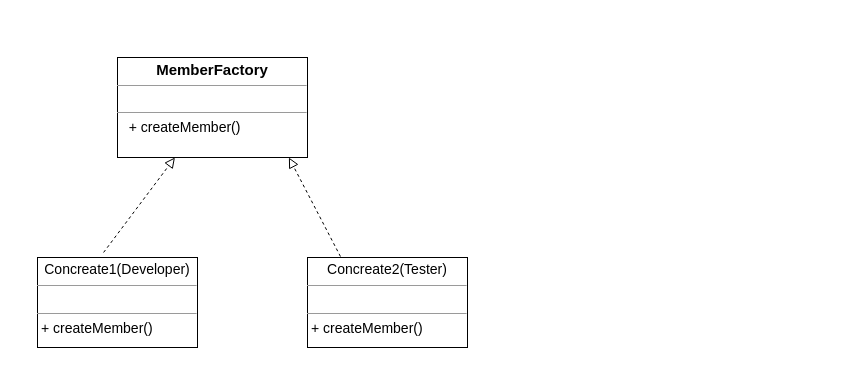
This is creational/factory/factory.drawio from MaksShadows/Patterns, a draw.io file, before an edit. Source tidied: cells renumbered, new cells numbered last; positions are measured from the earlier drawing's top-left corner, leaving out a move shared by most shapes. Both pictures are drawn from the tidied source at 100%, with x=0, y=0 at pixel (37, 57).
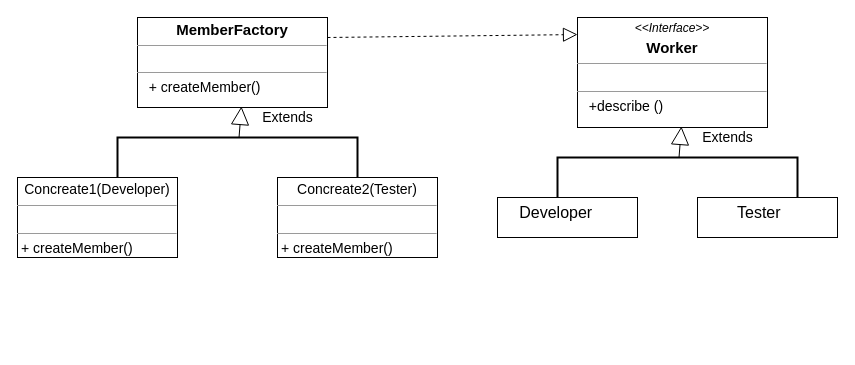
Above is the later version.

What changed in the source:
```diff
@@
 <mxGraphModel>
   <root>
     <mxCell id="0" />
     <mxCell id="1" parent="0" />
-    <mxCell id="2" value="&lt;p style=&quot;margin: 0px ; margin-top: 4px ; text-align: center&quot;&gt;&lt;b&gt;&lt;font style=&quot;font-size: 15px&quot;&gt;MemberFactory&lt;/font&gt;&lt;/b&gt;&lt;/p&gt;&lt;hr size=&quot;1&quot;&gt;&lt;p style=&quot;margin: 0px ; margin-left: 4px&quot;&gt;&lt;br&gt;&lt;/p&gt;&lt;hr size=&quot;1&quot;&gt;&lt;p style=&quot;text-align: justify ; margin: 0px 0px 0px 4px&quot;&gt;&lt;font style=&quot;font-size: 14px&quot;&gt;&amp;nbsp; + createMember()&lt;/font&gt;&lt;/p&gt;" style="verticalAlign=top;align=left;overflow=fill;fontSize=12;fontFamily=Helvetica;html=1;" parent="1" vertex="1">
-      <mxGeometry x="80" width="190" height="100" as="geometry" />
+    <mxCell id="2" value="&lt;p style=&quot;margin: 4px 0px 0px ; text-align: center&quot;&gt;&lt;i&gt;&amp;lt;&amp;lt;Interface&amp;gt;&amp;gt;&lt;/i&gt;&lt;/p&gt;&lt;p style=&quot;margin: 0px ; margin-top: 4px ; text-align: center&quot;&gt;&lt;span style=&quot;font-size: 15px&quot;&gt;&lt;b&gt;Worker&lt;/b&gt;&lt;/span&gt;&lt;/p&gt;&lt;hr size=&quot;1&quot;&gt;&lt;p style=&quot;margin: 0px ; margin-left: 4px&quot;&gt;&lt;br&gt;&lt;/p&gt;&lt;hr size=&quot;1&quot;&gt;&lt;p style=&quot;text-align: justify ; margin: 0px 0px 0px 4px&quot;&gt;&lt;font style=&quot;font-size: 14px&quot;&gt;&amp;nbsp; +describe ()&lt;/font&gt;&lt;/p&gt;" style="verticalAlign=top;align=left;overflow=fill;fontSize=12;fontFamily=Helvetica;html=1;" parent="1" vertex="1">
+      <mxGeometry x="540" y="-40" width="190" height="110" as="geometry" />
     </mxCell>
+    <mxCell id="7" value="&lt;p style=&quot;margin: 0px ; margin-top: 4px ; text-align: center&quot;&gt;&lt;span style=&quot;font-size: 15px&quot;&gt;&lt;b&gt;MemberFactory&lt;/b&gt;&lt;/span&gt;&lt;br&gt;&lt;/p&gt;&lt;hr size=&quot;1&quot;&gt;&lt;p style=&quot;margin: 0px ; margin-left: 4px&quot;&gt;&lt;br&gt;&lt;/p&gt;&lt;hr size=&quot;1&quot;&gt;&lt;p style=&quot;text-align: justify ; margin: 0px 0px 0px 4px&quot;&gt;&lt;font style=&quot;font-size: 14px&quot;&gt;&amp;nbsp; + createMember()&lt;/font&gt;&lt;br&gt;&lt;/p&gt;" style="verticalAlign=top;align=left;overflow=fill;fontSize=12;fontFamily=Helvetica;html=1;" parent="1" vertex="1">
+      <mxGeometry x="100" y="-40" width="190" height="90" as="geometry" />
+    </mxCell>
     <mxCell id="3" value="&lt;p style=&quot;text-align: center ; margin: 4px 0px 0px ; font-size: 14px&quot;&gt;&lt;font style=&quot;font-size: 14px&quot;&gt;Concreate1(Developer)&lt;/font&gt;&lt;/p&gt;&lt;hr size=&quot;1&quot; style=&quot;text-align: justify ; font-size: 14px&quot;&gt;&lt;p style=&quot;text-align: justify ; margin: 0px 0px 0px 4px&quot;&gt;&lt;br&gt;&lt;/p&gt;&lt;hr size=&quot;1&quot; style=&quot;text-align: justify&quot;&gt;&lt;p style=&quot;text-align: justify ; margin: 0px 0px 0px 4px&quot;&gt;&lt;font style=&quot;font-size: 14px&quot;&gt;+ createMember()&lt;/font&gt;&lt;/p&gt;" style="verticalAlign=top;align=left;overflow=fill;fontSize=12;fontFamily=Helvetica;html=1;" parent="1" vertex="1">
-      <mxGeometry y="200" width="160" height="90" as="geometry" />
+      <mxGeometry x="-20" y="120" width="160" height="80" as="geometry" />
     </mxCell>
     <mxCell id="4" value="&lt;p style=&quot;text-align: center ; margin: 4px 0px 0px ; font-size: 14px&quot;&gt;&lt;font style=&quot;font-size: 14px&quot;&gt;Concreate2(Tester)&lt;/font&gt;&lt;/p&gt;&lt;hr size=&quot;1&quot; style=&quot;text-align: justify ; font-size: 14px&quot;&gt;&lt;p style=&quot;text-align: justify ; margin: 0px 0px 0px 4px&quot;&gt;&lt;br&gt;&lt;/p&gt;&lt;hr size=&quot;1&quot; style=&quot;text-align: justify&quot;&gt;&lt;p style=&quot;text-align: justify ; margin: 0px 0px 0px 4px&quot;&gt;&lt;font style=&quot;font-size: 14px&quot;&gt;+ createMember()&lt;/font&gt;&lt;/p&gt;" style="verticalAlign=top;align=left;overflow=fill;fontSize=12;fontFamily=Helvetica;html=1;" parent="1" vertex="1">
-      <mxGeometry x="270" y="200" width="160" height="90" as="geometry" />
+      <mxGeometry x="240" y="120" width="160" height="80" as="geometry" />
     </mxCell>
-    <mxCell id="5" style="endArrow=block;startArrow=none;endFill=0;startFill=0;endSize=8;html=1;verticalAlign=bottom;dashed=1;labelBackgroundColor=none;exitX=0.413;exitY=-0.056;exitDx=0;exitDy=0;exitPerimeter=0;" parent="1" edge="1" source="3" target="2">
-      <mxGeometry relative="1" as="geometry" />
-    </mxCell>
-    <mxCell id="6" style="endArrow=block;startArrow=none;endFill=0;startFill=0;endSize=8;html=1;verticalAlign=bottom;dashed=1;labelBackgroundColor=none;exitX=0.206;exitY=-0.011;exitDx=0;exitDy=0;exitPerimeter=0;" parent="1" edge="1" source="4">
-      <mxGeometry relative="1" as="geometry">
-        <mxPoint x="251.4" y="100" as="targetPoint" />
-      </mxGeometry>
-    </mxCell>
+    <mxCell id="8" style="strokeWidth=2;html=1;shape=mxgraph.flowchart.annotation_1;align=left;rotation=90;" parent="1" vertex="1">
+      <mxGeometry x="180" y="-20" width="40" height="240" as="geometry" />
+    </mxCell>
+    <mxCell id="9" value="&lt;font style=&quot;font-size: 14px&quot;&gt;Extends&lt;/font&gt;" style="endArrow=block;endSize=16;endFill=0;html=1;entryX=0.547;entryY=0.989;entryDx=0;entryDy=0;entryPerimeter=0;" parent="1" edge="1" source="8" target="7">
+      <mxGeometry x="0.52" y="-47" relative="1" as="geometry" />
+    </mxCell>
+    <mxCell id="10" style="endArrow=block;dashed=1;endFill=0;endSize=12;html=1;entryX=0;entryY=0.155;entryDx=0;entryDy=0;entryPerimeter=0;" parent="1" edge="1" target="2">
+      <mxGeometry relative="1" as="geometry">
+        <mxPoint x="290" y="-20" as="sourcePoint" />
+      </mxGeometry>
+    </mxCell>
+    <mxCell id="11" style="strokeWidth=2;html=1;shape=mxgraph.flowchart.annotation_1;align=left;rotation=90;" parent="1" vertex="1">
+      <mxGeometry x="620" width="40" height="240" as="geometry" />
+    </mxCell>
+    <mxCell id="12" value="&lt;font style=&quot;font-size: 14px&quot;&gt;Extends&lt;/font&gt;" style="endArrow=block;endSize=16;endFill=0;html=1;entryX=0.547;entryY=0.989;entryDx=0;entryDy=0;entryPerimeter=0;" parent="1" edge="1" source="11">
+      <mxGeometry x="0.52" y="-47" relative="1" as="geometry">
+        <mxPoint x="643.9" y="69" as="targetPoint" />
+      </mxGeometry>
+    </mxCell>
+    <mxCell id="13" value="&lt;p style=&quot;margin: 0px ; margin-top: 4px ; text-align: center&quot;&gt;&lt;/p&gt;&lt;div style=&quot;height: 2px&quot;&gt;&lt;font style=&quot;font-size: 16px&quot;&gt;&lt;br&gt;&lt;/font&gt;&lt;/div&gt;&lt;div style=&quot;height: 2px&quot;&gt;&lt;font style=&quot;font-size: 16px&quot;&gt;&amp;nbsp; &amp;nbsp; &amp;nbsp;Developer&lt;/font&gt;&lt;/div&gt;" style="verticalAlign=top;align=left;overflow=fill;fontSize=12;fontFamily=Helvetica;html=1;" parent="1" vertex="1">
+      <mxGeometry x="460" y="140" width="140" height="40" as="geometry" />
+    </mxCell>
+    <mxCell id="14" value="&lt;p style=&quot;margin: 0px ; margin-top: 4px ; text-align: center&quot;&gt;&lt;/p&gt;&lt;div style=&quot;height: 2px&quot;&gt;&lt;font style=&quot;font-size: 16px&quot;&gt;&lt;br&gt;&lt;/font&gt;&lt;/div&gt;&lt;div style=&quot;height: 2px&quot;&gt;&lt;font style=&quot;font-size: 16px&quot;&gt;&amp;nbsp; &amp;nbsp; &amp;nbsp; &amp;nbsp; &amp;nbsp;Tester&lt;/font&gt;&lt;/div&gt;" style="verticalAlign=top;align=left;overflow=fill;fontSize=12;fontFamily=Helvetica;html=1;" parent="1" vertex="1">
+      <mxGeometry x="660" y="140" width="140" height="40" as="geometry" />
+    </mxCell>
   </root>
 </mxGraphModel>
```
